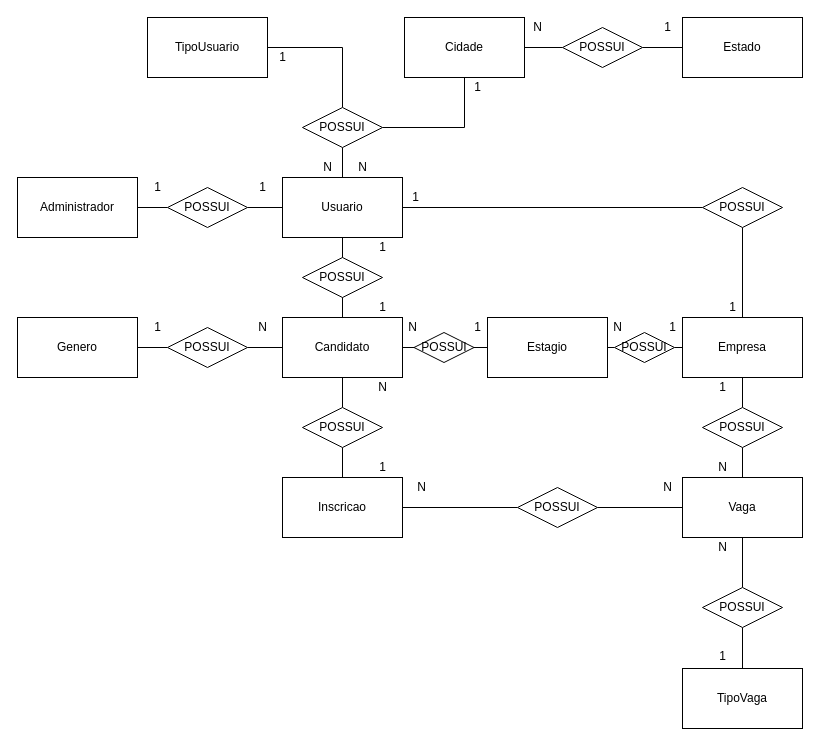
The draw.io diagram BD/MER/ModelagemConceitual.drawio in flavio-pires/Projeto_ProVagas, before the edit. Source tidied: cells renumbered, new cells numbered last; positions are measured from the earlier drawing's top-left corner, leaving out a move shared by most shapes. Both pictures are drawn from the tidied source at 100%, with x=0, y=0 at pixel (17, 17).
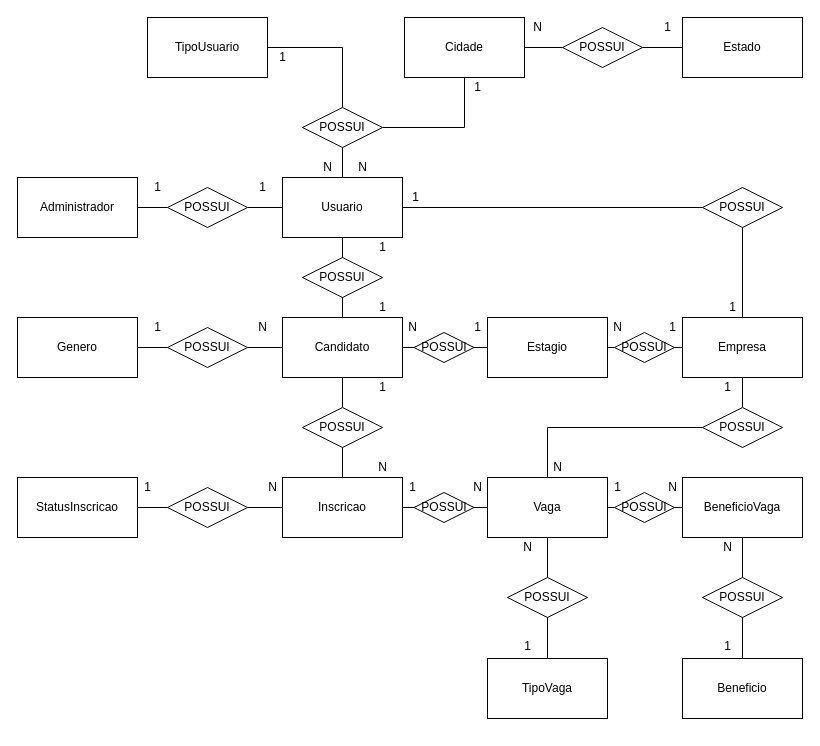
The same page after the edit.

Commit message (it also covers changes not shown here):
Atualização modelagem

The change refers to these unchanged cells:
```xml
<mxCell id="45" value="Inscricao" style="rounded=0;whiteSpace=wrap;html=1;" parent="1" vertex="1">
  <mxGeometry x="265" y="460" width="120" height="60" as="geometry" />
</mxCell>
```

Diff of the diagram source:
```diff
@@
-    <mxCell id="36" style="edgeStyle=orthogonalEdgeStyle;rounded=0;jettySize=auto;html=1;endArrow=none;endFill=0;" parent="1" edge="1" source="37" target="48">
-      <mxGeometry relative="1" as="geometry" />
-    </mxCell>
     <mxCell id="37" value="Vaga" style="rounded=0;whiteSpace=wrap;html=1;" parent="1" vertex="1">
-      <mxGeometry x="665" y="460" width="120" height="60" as="geometry" />
+      <mxGeometry x="470" y="460" width="120" height="60" as="geometry" />
     </mxCell>
@@
     <mxCell id="40" value="TipoVaga" style="rounded=0;whiteSpace=wrap;html=1;" parent="1" vertex="1">
-      <mxGeometry x="665" y="651" width="120" height="60" as="geometry" />
+      <mxGeometry x="470" y="641" width="120" height="60" as="geometry" />
     </mxCell>
@@
     <mxCell id="43" value="POSSUI" style="rhombus;whiteSpace=wrap;html=1;" parent="1" vertex="1">
-      <mxGeometry x="685" y="570" width="80" height="40" as="geometry" />
+      <mxGeometry x="490" y="560" width="80" height="40" as="geometry" />
     </mxCell>
-    <mxCell id="44" style="edgeStyle=orthogonalEdgeStyle;rounded=0;jettySize=auto;html=1;endArrow=none;endFill=0;" parent="1" edge="1" source="45" target="48">
-      <mxGeometry relative="1" as="geometry" />
-    </mxCell>
@@
-    <mxCell id="48" value="POSSUI" style="rhombus;whiteSpace=wrap;html=1;" parent="1" vertex="1">
-      <mxGeometry x="500" y="470" width="80" height="40" as="geometry" />
-    </mxCell>
-    <mxCell id="49" value="N" style="text;html=1;align=center;verticalAlign=middle;" parent="1" vertex="1">
+    <mxCell id="49" value="1" style="text;html=1;align=center;verticalAlign=middle;" parent="1" vertex="1">
       <mxGeometry x="355" y="360" width="20" height="20" as="geometry" />
     </mxCell>
-    <mxCell id="50" value="1" style="text;html=1;align=center;verticalAlign=middle;" parent="1" vertex="1">
+    <mxCell id="50" value="N" style="text;html=1;align=center;verticalAlign=middle;" parent="1" vertex="1">
       <mxGeometry x="355" y="440" width="20" height="20" as="geometry" />
     </mxCell>
-    <mxCell id="51" value="N" style="text;html=1;align=center;verticalAlign=middle;" parent="1" vertex="1">
-      <mxGeometry x="394" y="460" width="20" height="20" as="geometry" />
-    </mxCell>
-    <mxCell id="52" value="N" style="text;html=1;align=center;verticalAlign=middle;" parent="1" vertex="1">
-      <mxGeometry x="640" y="460" width="20" height="20" as="geometry" />
-    </mxCell>
     <mxCell id="53" value="1" style="text;html=1;align=center;verticalAlign=middle;" parent="1" vertex="1">
-      <mxGeometry x="695" y="360" width="20" height="20" as="geometry" />
+      <mxGeometry x="700" y="360" width="20" height="20" as="geometry" />
     </mxCell>
     <mxCell id="54" value="N" style="text;html=1;align=center;verticalAlign=middle;" parent="1" vertex="1">
-      <mxGeometry x="695" y="440" width="20" height="20" as="geometry" />
+      <mxGeometry x="530" y="440" width="20" height="20" as="geometry" />
     </mxCell>
     <mxCell id="55" value="N" style="text;html=1;align=center;verticalAlign=middle;" parent="1" vertex="1">
-      <mxGeometry x="695" y="520" width="20" height="20" as="geometry" />
+      <mxGeometry x="500" y="520" width="20" height="20" as="geometry" />
     </mxCell>
     <mxCell id="56" value="1" style="text;html=1;align=center;verticalAlign=middle;" parent="1" vertex="1">
-      <mxGeometry x="695" y="629" width="20" height="20" as="geometry" />
+      <mxGeometry x="500" y="619" width="20" height="20" as="geometry" />
     </mxCell>
@@
+    <mxCell id="77" style="edgeStyle=orthogonalEdgeStyle;rounded=0;jettySize=auto;html=1;exitX=0;exitY=0.5;exitDx=0;exitDy=0;entryX=1;entryY=0.5;entryDx=0;entryDy=0;endArrow=none;endFill=0;" parent="1" edge="1" source="79" target="45">
+      <mxGeometry relative="1" as="geometry" />
+    </mxCell>
+    <mxCell id="78" style="edgeStyle=orthogonalEdgeStyle;rounded=0;jettySize=auto;html=1;exitX=1;exitY=0.5;exitDx=0;exitDy=0;entryX=0;entryY=0.5;entryDx=0;entryDy=0;endArrow=none;endFill=0;" parent="1" edge="1" source="79" target="37">
+      <mxGeometry relative="1" as="geometry" />
+    </mxCell>
+    <mxCell id="79" value="POSSUI" style="rhombus;whiteSpace=wrap;html=1;" parent="1" vertex="1">
+      <mxGeometry x="396.5" y="475" width="60" height="30" as="geometry" />
+    </mxCell>
+    <mxCell id="80" value="1" style="text;html=1;align=center;verticalAlign=middle;" parent="1" vertex="1">
+      <mxGeometry x="385" y="460" width="20" height="20" as="geometry" />
+    </mxCell>
+    <mxCell id="81" value="N" style="text;html=1;align=center;verticalAlign=middle;" parent="1" vertex="1">
+      <mxGeometry x="450" y="460" width="20" height="20" as="geometry" />
+    </mxCell>
+    <mxCell id="82" value="BeneficioVaga" style="rounded=0;whiteSpace=wrap;html=1;" parent="1" vertex="1">
+      <mxGeometry x="665" y="460" width="120" height="60" as="geometry" />
+    </mxCell>
+    <mxCell id="83" style="edgeStyle=orthogonalEdgeStyle;rounded=0;jettySize=auto;html=1;exitX=0;exitY=0.5;exitDx=0;exitDy=0;entryX=1;entryY=0.5;entryDx=0;entryDy=0;endArrow=none;endFill=0;" parent="1" edge="1" source="85" target="37">
+      <mxGeometry relative="1" as="geometry" />
+    </mxCell>
+    <mxCell id="84" style="edgeStyle=orthogonalEdgeStyle;rounded=0;jettySize=auto;html=1;exitX=1;exitY=0.5;exitDx=0;exitDy=0;entryX=0;entryY=0.5;entryDx=0;entryDy=0;endArrow=none;endFill=0;" parent="1" edge="1" source="85" target="82">
+      <mxGeometry relative="1" as="geometry" />
+    </mxCell>
+    <mxCell id="85" value="POSSUI" style="rhombus;whiteSpace=wrap;html=1;" parent="1" vertex="1">
+      <mxGeometry x="597" y="475" width="60" height="30" as="geometry" />
+    </mxCell>
+    <mxCell id="86" value="StatusInscricao" style="rounded=0;whiteSpace=wrap;html=1;" parent="1" vertex="1">
+      <mxGeometry y="460" width="120" height="60" as="geometry" />
+    </mxCell>
+    <mxCell id="87" style="edgeStyle=orthogonalEdgeStyle;rounded=0;jettySize=auto;html=1;endArrow=none;endFill=0;" parent="1" edge="1" source="89" target="86">
+      <mxGeometry relative="1" as="geometry" />
+    </mxCell>
+    <mxCell id="88" style="edgeStyle=orthogonalEdgeStyle;rounded=0;jettySize=auto;html=1;endArrow=none;endFill=0;" parent="1" edge="1" source="89" target="45">
+      <mxGeometry relative="1" as="geometry" />
+    </mxCell>
+    <mxCell id="89" value="POSSUI" style="rhombus;whiteSpace=wrap;html=1;" parent="1" vertex="1">
+      <mxGeometry x="150" y="470" width="80" height="40" as="geometry" />
+    </mxCell>
+    <mxCell id="90" value="N" style="text;html=1;align=center;verticalAlign=middle;" parent="1" vertex="1">
+      <mxGeometry x="245" y="460" width="20" height="20" as="geometry" />
+    </mxCell>
+    <mxCell id="91" value="1" style="text;html=1;align=center;verticalAlign=middle;" parent="1" vertex="1">
+      <mxGeometry x="120" y="460" width="20" height="20" as="geometry" />
+    </mxCell>
+    <mxCell id="92" value="Beneficio" style="rounded=0;whiteSpace=wrap;html=1;" parent="1" vertex="1">
+      <mxGeometry x="665" y="641" width="120" height="60" as="geometry" />
+    </mxCell>
+    <mxCell id="93" style="edgeStyle=orthogonalEdgeStyle;rounded=0;jettySize=auto;html=1;endArrow=none;endFill=0;" parent="1" edge="1" source="95" target="92">
+      <mxGeometry relative="1" as="geometry" />
+    </mxCell>
+    <mxCell id="94" style="edgeStyle=orthogonalEdgeStyle;rounded=0;jettySize=auto;html=1;endArrow=none;endFill=0;" parent="1" edge="1" source="95" target="82">
+      <mxGeometry relative="1" as="geometry" />
+    </mxCell>
+    <mxCell id="95" value="POSSUI" style="rhombus;whiteSpace=wrap;html=1;" parent="1" vertex="1">
+      <mxGeometry x="685" y="560" width="80" height="40" as="geometry" />
+    </mxCell>
+    <mxCell id="96" value="N" style="text;html=1;align=center;verticalAlign=middle;" parent="1" vertex="1">
+      <mxGeometry x="645" y="460" width="20" height="20" as="geometry" />
+    </mxCell>
+    <mxCell id="97" value="1" style="text;html=1;align=center;verticalAlign=middle;" parent="1" vertex="1">
+      <mxGeometry x="590" y="460" width="20" height="20" as="geometry" />
+    </mxCell>
+    <mxCell id="98" value="N" style="text;html=1;align=center;verticalAlign=middle;" parent="1" vertex="1">
+      <mxGeometry x="700" y="520" width="20" height="20" as="geometry" />
+    </mxCell>
+    <mxCell id="99" value="1" style="text;html=1;align=center;verticalAlign=middle;" parent="1" vertex="1">
+      <mxGeometry x="700" y="619" width="20" height="20" as="geometry" />
+    </mxCell>
```
